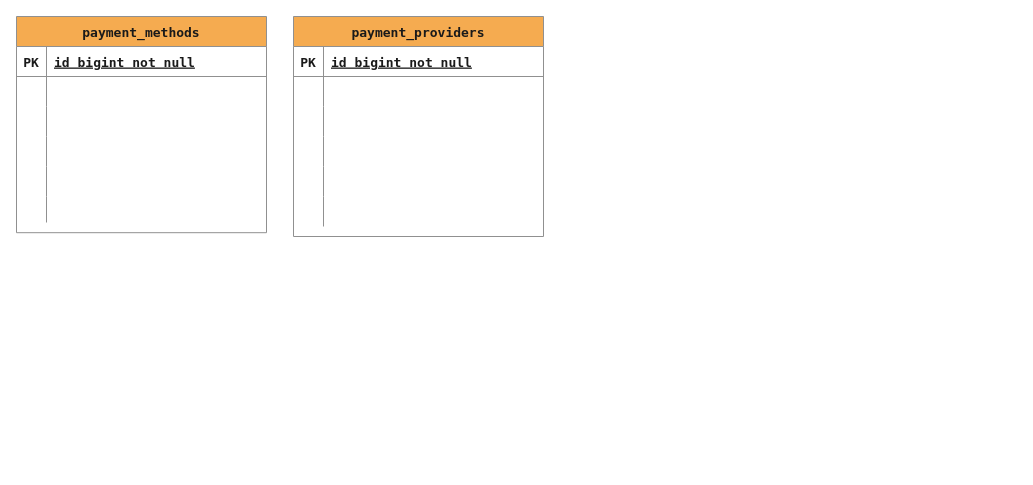
The draw.io diagram page "Payment" (6 of 6) of documentation/ERD.drawio in khinemyaezin/coolstuff-ecommerce-v3.0-repository, before the edit. Source tidied: cells renumbered, new cells numbered last; positions are measured from the earlier drawing's top-left corner, leaving out a move shared by most shapes. Both pictures are drawn from the tidied source at 100%, with x=0, y=0 at pixel (16, 16).
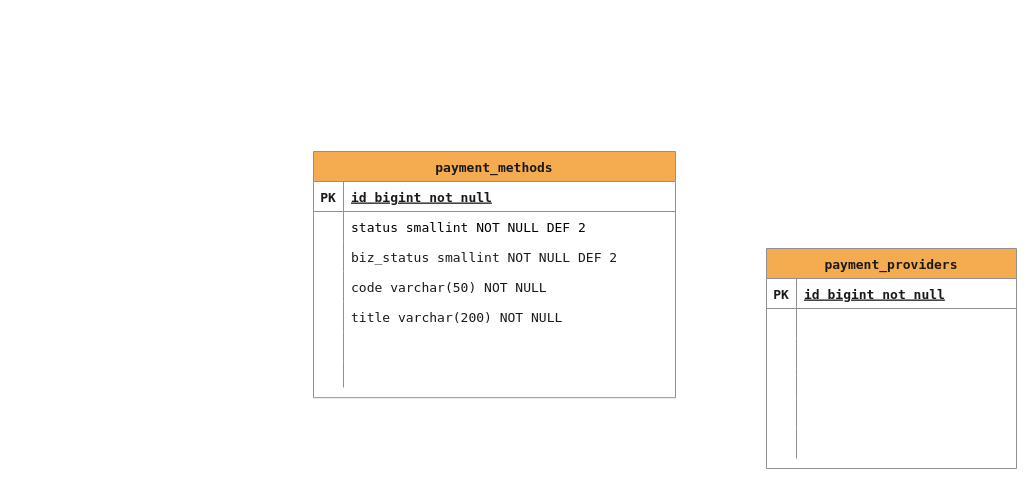
Above is the later version.

Change to the diagram source:
```diff
@@
     <mxCell id="2" value="payment_methods" style="shape=table;startSize=30;childLayout=tableLayout;rowLines=0;fontStyle=1;align=center;fontFamily=Lucida Console;fontSize=13;fillColor=#F5AB50;strokeColor=#909090;fontColor=#1A1A1A;" parent="1" vertex="1">
-      <mxGeometry width="250" height="216.2" as="geometry" />
+      <mxGeometry x="297" y="135" width="362" height="246.2" as="geometry" />
     </mxCell>
     <mxCell id="3" style="shape=partialRectangle;fillColor=none;top=0;left=0;right=0;bottom=1;fontFamily=Lucida Console;fontSize=13;strokeColor=#909090;fontColor=#1A1A1A;" parent="2" vertex="1">
-      <mxGeometry y="30" width="250" height="30" as="geometry" />
+      <mxGeometry y="30" width="362" height="30" as="geometry" />
     </mxCell>
@@
     <mxCell id="5" value="id bigint not null" style="shape=partialRectangle;overflow=hidden;fillColor=none;top=0;left=0;bottom=0;right=0;align=left;spacingLeft=6;fontStyle=5;fontFamily=Lucida Console;fontSize=13;strokeColor=#909090;fontColor=#1A1A1A;" parent="3" vertex="1">
-      <mxGeometry x="30" width="220" height="30" as="geometry" />
+      <mxGeometry x="30" width="332" height="30" as="geometry" />
     </mxCell>
+    <mxCell id="40" style="shape=tableRow;horizontal=0;startSize=0;swimlaneHead=0;swimlaneBody=0;fillColor=none;top=0;left=0;right=0;bottom=0;fontFamily=Lucida Console;fontSize=13;" parent="2" vertex="1">
+      <mxGeometry y="60" width="362" height="30" as="geometry" />
+    </mxCell>
+    <mxCell id="41" style="shape=partialRectangle;fillColor=none;top=0;left=0;bottom=0;right=0;overflow=hidden;fontFamily=Lucida Console;fontSize=13;" parent="40" vertex="1">
+      <mxGeometry width="30" height="30" as="geometry" />
+    </mxCell>
+    <mxCell id="42" value="status smallint NOT NULL DEF 2" style="shape=partialRectangle;fillColor=none;top=0;left=0;bottom=0;right=0;align=left;spacingLeft=6;overflow=hidden;fontFamily=Lucida Console;fontSize=13;" parent="40" vertex="1">
+      <mxGeometry x="30" width="332" height="30" as="geometry" />
+    </mxCell>
     <mxCell id="6" style="shape=partialRectangle;fillColor=none;top=0;left=0;right=0;bottom=0;fontFamily=Lucida Console;fontSize=13;strokeColor=#909090;fontColor=#1A1A1A;" parent="2" vertex="1">
-      <mxGeometry y="60" width="250" height="30" as="geometry" />
+      <mxGeometry y="90" width="362" height="30" as="geometry" />
     </mxCell>
@@
-    <mxCell id="8" style="shape=partialRectangle;overflow=hidden;fillColor=none;top=0;left=0;bottom=0;right=0;align=left;spacingLeft=6;fontFamily=Lucida Console;fontSize=13;strokeColor=#909090;fontColor=#1A1A1A;" parent="6" vertex="1">
-      <mxGeometry x="30" width="220" height="30" as="geometry" />
+    <mxCell id="8" value="biz_status smallint NOT NULL DEF 2" style="shape=partialRectangle;overflow=hidden;fillColor=none;top=0;left=0;bottom=0;right=0;align=left;spacingLeft=6;fontFamily=Lucida Console;fontSize=13;strokeColor=#909090;fontColor=#1A1A1A;" parent="6" vertex="1">
+      <mxGeometry x="30" width="332" height="30" as="geometry" />
     </mxCell>
+    <mxCell id="12" style="shape=tableRow;horizontal=0;startSize=0;swimlaneHead=0;swimlaneBody=0;fillColor=none;top=0;left=0;right=0;bottom=0;fontFamily=Lucida Console;fontSize=13;strokeColor=#909090;fontColor=#1A1A1A;" parent="2" vertex="1">
+      <mxGeometry y="120" width="362" height="30" as="geometry" />
+    </mxCell>
+    <mxCell id="13" style="shape=partialRectangle;fillColor=none;top=0;left=0;bottom=0;right=0;overflow=hidden;fontFamily=Lucida Console;fontSize=13;strokeColor=#909090;fontColor=#1A1A1A;" parent="12" vertex="1">
+      <mxGeometry width="30" height="30" as="geometry" />
+    </mxCell>
+    <mxCell id="14" value="code varchar(50) NOT NULL" style="shape=partialRectangle;fillColor=none;top=0;left=0;bottom=0;right=0;align=left;spacingLeft=6;overflow=hidden;fontFamily=Lucida Console;fontSize=13;strokeColor=#909090;fontColor=#1A1A1A;" parent="12" vertex="1">
+      <mxGeometry x="30" width="332" height="30" as="geometry" />
+    </mxCell>
     <mxCell id="9" style="shape=tableRow;horizontal=0;startSize=0;swimlaneHead=0;swimlaneBody=0;fillColor=none;top=0;left=0;right=0;bottom=0;fontFamily=Lucida Console;fontSize=13;strokeColor=#909090;fontColor=#1A1A1A;" parent="2" vertex="1">
-      <mxGeometry y="90" width="250" height="30" as="geometry" />
+      <mxGeometry y="150" width="362" height="30" as="geometry" />
     </mxCell>
@@
-    <mxCell id="11" style="shape=partialRectangle;fillColor=none;top=0;left=0;bottom=0;right=0;align=left;spacingLeft=6;overflow=hidden;fontFamily=Lucida Console;fontSize=13;strokeColor=#909090;fontColor=#1A1A1A;" parent="9" vertex="1">
-      <mxGeometry x="30" width="220" height="30" as="geometry" />
+    <mxCell id="11" value="title varchar(200) NOT NULL" style="shape=partialRectangle;fillColor=none;top=0;left=0;bottom=0;right=0;align=left;spacingLeft=6;overflow=hidden;fontFamily=Lucida Console;fontSize=13;strokeColor=#909090;fontColor=#1A1A1A;" parent="9" vertex="1">
+      <mxGeometry x="30" width="332" height="30" as="geometry" />
     </mxCell>
-    <mxCell id="12" style="shape=tableRow;horizontal=0;startSize=0;swimlaneHead=0;swimlaneBody=0;fillColor=none;top=0;left=0;right=0;bottom=0;fontFamily=Lucida Console;fontSize=13;strokeColor=#909090;fontColor=#1A1A1A;" parent="2" vertex="1">
-      <mxGeometry y="120" width="250" height="30" as="geometry" />
-    </mxCell>
-    <mxCell id="13" style="shape=partialRectangle;fillColor=none;top=0;left=0;bottom=0;right=0;overflow=hidden;fontFamily=Lucida Console;fontSize=13;strokeColor=#909090;fontColor=#1A1A1A;" parent="12" vertex="1">
-      <mxGeometry width="30" height="30" as="geometry" />
-    </mxCell>
-    <mxCell id="14" style="shape=partialRectangle;fillColor=none;top=0;left=0;bottom=0;right=0;align=left;spacingLeft=6;overflow=hidden;fontFamily=Lucida Console;fontSize=13;strokeColor=#909090;fontColor=#1A1A1A;" parent="12" vertex="1">
-      <mxGeometry x="30" width="220" height="30" as="geometry" />
-    </mxCell>
     <mxCell id="15" style="shape=tableRow;horizontal=0;startSize=0;swimlaneHead=0;swimlaneBody=0;fillColor=none;top=0;left=0;right=0;bottom=0;fontFamily=Lucida Console;fontSize=13;strokeColor=#909090;fontColor=#1A1A1A;" parent="2" vertex="1">
-      <mxGeometry y="150" width="250" height="30" as="geometry" />
+      <mxGeometry y="180" width="362" height="30" as="geometry" />
     </mxCell>
@@
     <mxCell id="17" style="shape=partialRectangle;fillColor=none;top=0;left=0;bottom=0;right=0;align=left;spacingLeft=6;overflow=hidden;fontFamily=Lucida Console;fontSize=13;strokeColor=#909090;fontColor=#1A1A1A;" parent="15" vertex="1">
-      <mxGeometry x="30" width="220" height="30" as="geometry" />
+      <mxGeometry x="30" width="332" height="30" as="geometry" />
     </mxCell>
     <mxCell id="18" style="shape=tableRow;horizontal=0;startSize=0;swimlaneHead=0;swimlaneBody=0;fillColor=none;top=0;left=0;right=0;bottom=0;fontFamily=Lucida Console;fontSize=13;strokeColor=#909090;fontColor=#1A1A1A;" parent="2" vertex="1">
-      <mxGeometry y="180" width="250" height="26" as="geometry" />
+      <mxGeometry y="210" width="362" height="26" as="geometry" />
     </mxCell>
@@
     <mxCell id="20" style="shape=partialRectangle;fillColor=none;top=0;left=0;bottom=0;right=0;align=left;spacingLeft=6;overflow=hidden;fontFamily=Lucida Console;fontSize=13;strokeColor=#909090;fontColor=#1A1A1A;" parent="18" vertex="1">
-      <mxGeometry x="30" width="220" height="26" as="geometry" />
+      <mxGeometry x="30" width="332" height="26" as="geometry" />
     </mxCell>
     <mxCell id="21" value="payment_providers" style="shape=table;startSize=30;childLayout=tableLayout;rowLines=0;fontStyle=1;align=center;fontFamily=Lucida Console;fontSize=13;fillColor=#F5AB50;strokeColor=#909090;fontColor=#1A1A1A;" parent="1" vertex="1">
-      <mxGeometry x="277" width="250" height="220" as="geometry" />
+      <mxGeometry x="750" y="232" width="250" height="220" as="geometry" />
     </mxCell>
```
